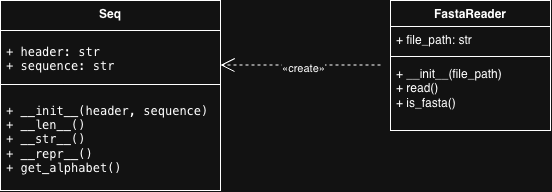
Earlier version of the draw.io export uml.png (anya-karpova/fasta-reader). Source tidied: cells renumbered, new cells last; positions are measured from the earlier drawing's top-left corner, leaving out a move shared by most shapes. Its diagram source:
```xml
<mxGraphModel>
  <root>
    <mxCell id="0" />
    <mxCell id="1" parent="0" />
    <mxCell id="2" value="Seq" style="swimlane;fontStyle=1;align=center;verticalAlign=top;horizontal=1;startSize=30;whiteSpace=wrap;html=1;" parent="1" vertex="1">
      <mxGeometry width="220" height="190" as="geometry" />
    </mxCell>
    <mxCell id="3" value="&lt;pre dir=&quot;ltr&quot;&gt;&lt;code&gt;+ header: str&lt;br/&gt;+ sequence: str&lt;/code&gt;&lt;/pre&gt;" style="text;strokeColor=none;fillColor=none;align=left;verticalAlign=middle;spacingLeft=4;spacingRight=4;overflow=hidden;whiteSpace=wrap;html=1;horizontal=1;" parent="2" vertex="1">
      <mxGeometry y="30" width="220" height="50" as="geometry" />
    </mxCell>
    <mxCell id="4" style="line;strokeWidth=1;fillColor=none;align=left;verticalAlign=middle;spacingTop=-1;spacingLeft=3;spacingRight=3;labelPosition=right;strokeColor=inherit;" parent="2" vertex="1">
      <mxGeometry y="80" width="220" height="8" as="geometry" />
    </mxCell>
    <mxCell id="5" value="&lt;div&gt;&lt;pre dir=&quot;ltr&quot;&gt;&lt;code&gt;+ __init__(header, sequence)&lt;br/&gt;+ __len__()&lt;br/&gt;+ __str__()&lt;br/&gt;+ __repr__()&lt;br/&gt;+ get_alphabet()&lt;/code&gt;&lt;/pre&gt;&lt;/div&gt;&lt;p&gt;&lt;/p&gt;" style="text;strokeColor=none;fillColor=none;align=left;verticalAlign=middle;spacingLeft=4;spacingRight=4;overflow=hidden;whiteSpace=wrap;html=1;" parent="2" vertex="1">
      <mxGeometry y="88" width="220" height="102" as="geometry" />
    </mxCell>
    <mxCell id="6" value="FastaReader" style="swimlane;fontStyle=1;align=center;verticalAlign=top;horizontal=1;startSize=26;whiteSpace=wrap;html=1;" parent="1" vertex="1">
      <mxGeometry x="390" width="160" height="130" as="geometry" />
    </mxCell>
    <mxCell id="7" value="+ file_path: str" style="text;strokeColor=none;fillColor=none;align=left;verticalAlign=top;spacingLeft=4;spacingRight=4;overflow=hidden;whiteSpace=wrap;html=1;" parent="6" vertex="1">
      <mxGeometry y="26" width="160" height="26" as="geometry" />
    </mxCell>
    <mxCell id="8" style="line;strokeWidth=1;fillColor=none;align=left;verticalAlign=middle;spacingTop=-1;spacingLeft=3;spacingRight=3;labelPosition=right;strokeColor=inherit;" parent="6" vertex="1">
      <mxGeometry y="52" width="160" height="8" as="geometry" />
    </mxCell>
    <mxCell id="9" value="&lt;div&gt;+ __init__(file_path)&lt;/div&gt;&lt;div&gt;+ read()&lt;/div&gt;&lt;div&gt;+ is_fasta()&lt;/div&gt;" style="text;strokeColor=none;fillColor=none;align=left;verticalAlign=top;spacingLeft=4;spacingRight=4;overflow=hidden;whiteSpace=wrap;html=1;" parent="6" vertex="1">
      <mxGeometry y="60" width="160" height="70" as="geometry" />
    </mxCell>
    <mxCell id="10" style="endArrow=open;endFill=1;endSize=12;html=1;rounded=0;textDirection=rtl;dashed=1;" parent="1" edge="1">
      <mxGeometry relative="1" as="geometry">
        <mxPoint x="380" y="64.5" as="sourcePoint" />
        <mxPoint x="220" y="64.5" as="targetPoint" />
      </mxGeometry>
    </mxCell>
    <mxCell id="11" value="«create»" style="edgeLabel;html=1;align=center;verticalAlign=middle;" parent="10" vertex="1">
      <mxGeometry x="-0.02" y="2" relative="1" as="geometry">
        <mxPoint y="1" as="offset" />
      </mxGeometry>
    </mxCell>
  </root>
</mxGraphModel>
```
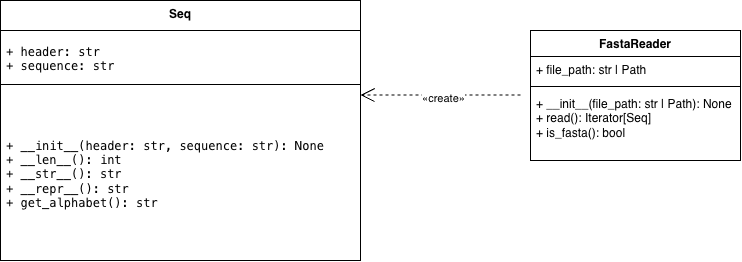
The same diagram one commit later.

Commit message:
Improve UML class diagram specification

Change to the diagram source:
```diff
@@ -3,28 +3,28 @@
     <mxCell id="0" />
     <mxCell id="1" parent="0" />
     <mxCell id="2" value="Seq" style="swimlane;fontStyle=1;align=center;verticalAlign=top;horizontal=1;startSize=30;whiteSpace=wrap;html=1;" parent="1" vertex="1">
-      <mxGeometry width="220" height="190" as="geometry" />
+      <mxGeometry x="-140" y="-30" width="360" height="260" as="geometry" />
     </mxCell>
     <mxCell id="3" value="&lt;pre dir=&quot;ltr&quot;&gt;&lt;code&gt;+ header: str&lt;br/&gt;+ sequence: str&lt;/code&gt;&lt;/pre&gt;" style="text;strokeColor=none;fillColor=none;align=left;verticalAlign=middle;spacingLeft=4;spacingRight=4;overflow=hidden;whiteSpace=wrap;html=1;horizontal=1;" parent="2" vertex="1">
-      <mxGeometry y="30" width="220" height="50" as="geometry" />
+      <mxGeometry y="30" width="360" height="50" as="geometry" />
     </mxCell>
     <mxCell id="4" style="line;strokeWidth=1;fillColor=none;align=left;verticalAlign=middle;spacingTop=-1;spacingLeft=3;spacingRight=3;labelPosition=right;strokeColor=inherit;" parent="2" vertex="1">
-      <mxGeometry y="80" width="220" height="8" as="geometry" />
+      <mxGeometry y="80" width="360" height="8" as="geometry" />
     </mxCell>
-    <mxCell id="5" value="&lt;div&gt;&lt;pre dir=&quot;ltr&quot;&gt;&lt;code&gt;+ __init__(header, sequence)&lt;br/&gt;+ __len__()&lt;br/&gt;+ __str__()&lt;br/&gt;+ __repr__()&lt;br/&gt;+ get_alphabet()&lt;/code&gt;&lt;/pre&gt;&lt;/div&gt;&lt;p&gt;&lt;/p&gt;" style="text;strokeColor=none;fillColor=none;align=left;verticalAlign=middle;spacingLeft=4;spacingRight=4;overflow=hidden;whiteSpace=wrap;html=1;" parent="2" vertex="1">
-      <mxGeometry y="88" width="220" height="102" as="geometry" />
+    <mxCell id="5" value="&lt;div&gt;&lt;pre dir=&quot;ltr&quot;&gt;+ __init__(header: str, sequence: str): None&lt;br/&gt;+ __len__(): int&lt;br/&gt;+ __str__(): str&lt;br/&gt;+ __repr__(): str&lt;br/&gt;+ get_alphabet(): str&lt;/pre&gt;&lt;/div&gt;&lt;p&gt;&lt;/p&gt;" style="text;strokeColor=none;fillColor=none;align=left;verticalAlign=middle;spacingLeft=4;spacingRight=4;overflow=hidden;whiteSpace=wrap;html=1;" parent="2" vertex="1">
+      <mxGeometry y="88" width="360" height="172" as="geometry" />
     </mxCell>
     <mxCell id="6" value="FastaReader" style="swimlane;fontStyle=1;align=center;verticalAlign=top;horizontal=1;startSize=26;whiteSpace=wrap;html=1;" parent="1" vertex="1">
-      <mxGeometry x="390" width="160" height="130" as="geometry" />
+      <mxGeometry x="390" width="210" height="130" as="geometry" />
     </mxCell>
-    <mxCell id="7" value="+ file_path: str" style="text;strokeColor=none;fillColor=none;align=left;verticalAlign=top;spacingLeft=4;spacingRight=4;overflow=hidden;whiteSpace=wrap;html=1;" parent="6" vertex="1">
-      <mxGeometry y="26" width="160" height="26" as="geometry" />
+    <mxCell id="7" value="+ file_path: str | Path" style="text;strokeColor=none;fillColor=none;align=left;verticalAlign=top;spacingLeft=4;spacingRight=4;overflow=hidden;whiteSpace=wrap;html=1;" parent="6" vertex="1">
+      <mxGeometry y="26" width="210" height="26" as="geometry" />
     </mxCell>
     <mxCell id="8" style="line;strokeWidth=1;fillColor=none;align=left;verticalAlign=middle;spacingTop=-1;spacingLeft=3;spacingRight=3;labelPosition=right;strokeColor=inherit;" parent="6" vertex="1">
-      <mxGeometry y="52" width="160" height="8" as="geometry" />
+      <mxGeometry y="52" width="210" height="8" as="geometry" />
     </mxCell>
-    <mxCell id="9" value="&lt;div&gt;+ __init__(file_path)&lt;/div&gt;&lt;div&gt;+ read()&lt;/div&gt;&lt;div&gt;+ is_fasta()&lt;/div&gt;" style="text;strokeColor=none;fillColor=none;align=left;verticalAlign=top;spacingLeft=4;spacingRight=4;overflow=hidden;whiteSpace=wrap;html=1;" parent="6" vertex="1">
-      <mxGeometry y="60" width="160" height="70" as="geometry" />
+    <mxCell id="9" value="&lt;div&gt;+ __init__(file_path: str | Path): None&lt;/div&gt;&lt;div&gt;+ read(): Iterator[Seq]&lt;/div&gt;&lt;div&gt;+ is_fasta(): bool&lt;/div&gt;" style="text;strokeColor=none;fillColor=none;align=left;verticalAlign=top;spacingLeft=4;spacingRight=4;overflow=hidden;whiteSpace=wrap;html=1;" parent="6" vertex="1">
+      <mxGeometry y="60" width="210" height="70" as="geometry" />
     </mxCell>
     <mxCell id="10" style="endArrow=open;endFill=1;endSize=12;html=1;rounded=0;textDirection=rtl;dashed=1;" parent="1" edge="1">
       <mxGeometry relative="1" as="geometry">
```
